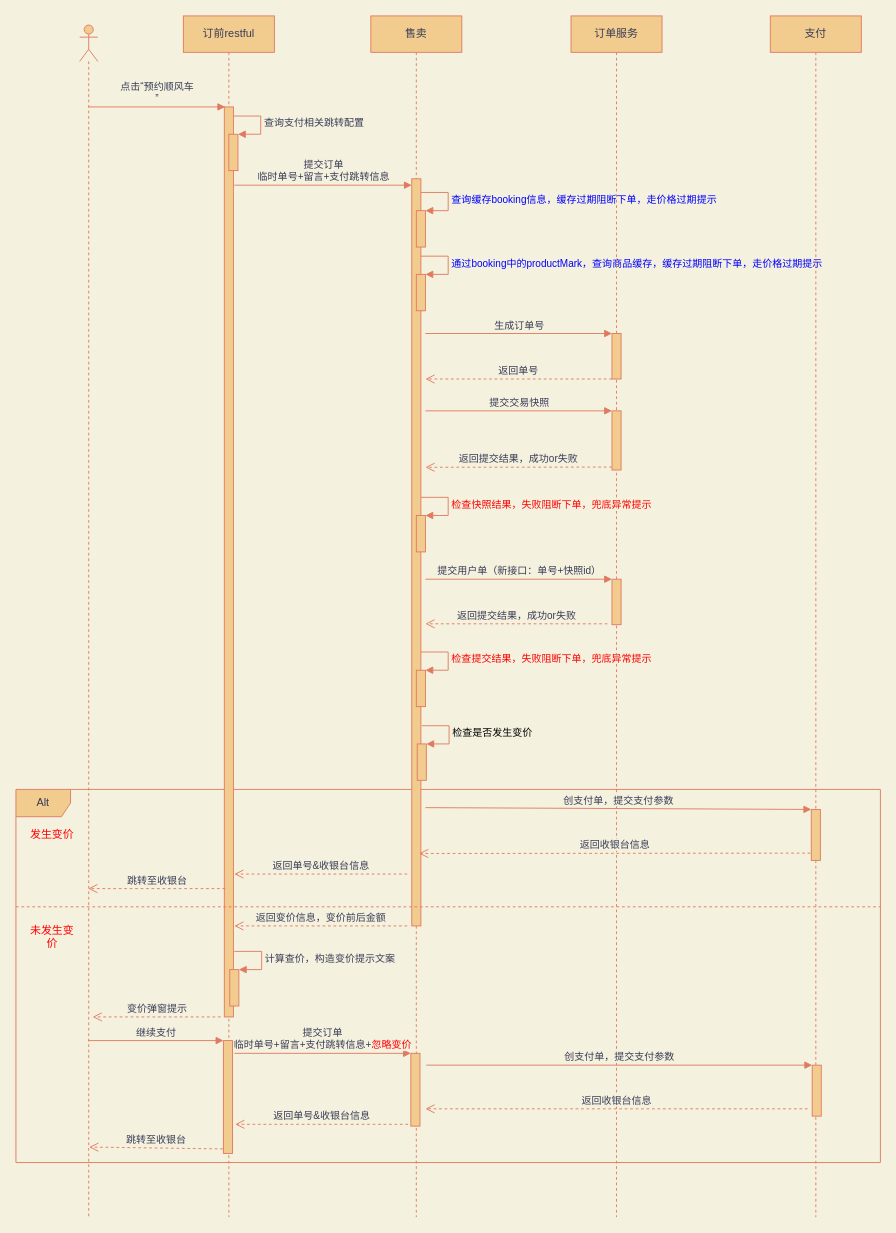
Veraxia/diagrams keeps this draw.io diagram as 顺风车下单时序图.drawio. Above is the earlier version. Source tidied: cells renumbered, new cells numbered last; positions are measured from the earlier drawing's top-left corner, leaving out a move shared by most shapes. Both pictures are drawn from the tidied source at 91%, with x=0, y=0 at pixel (15, 15).
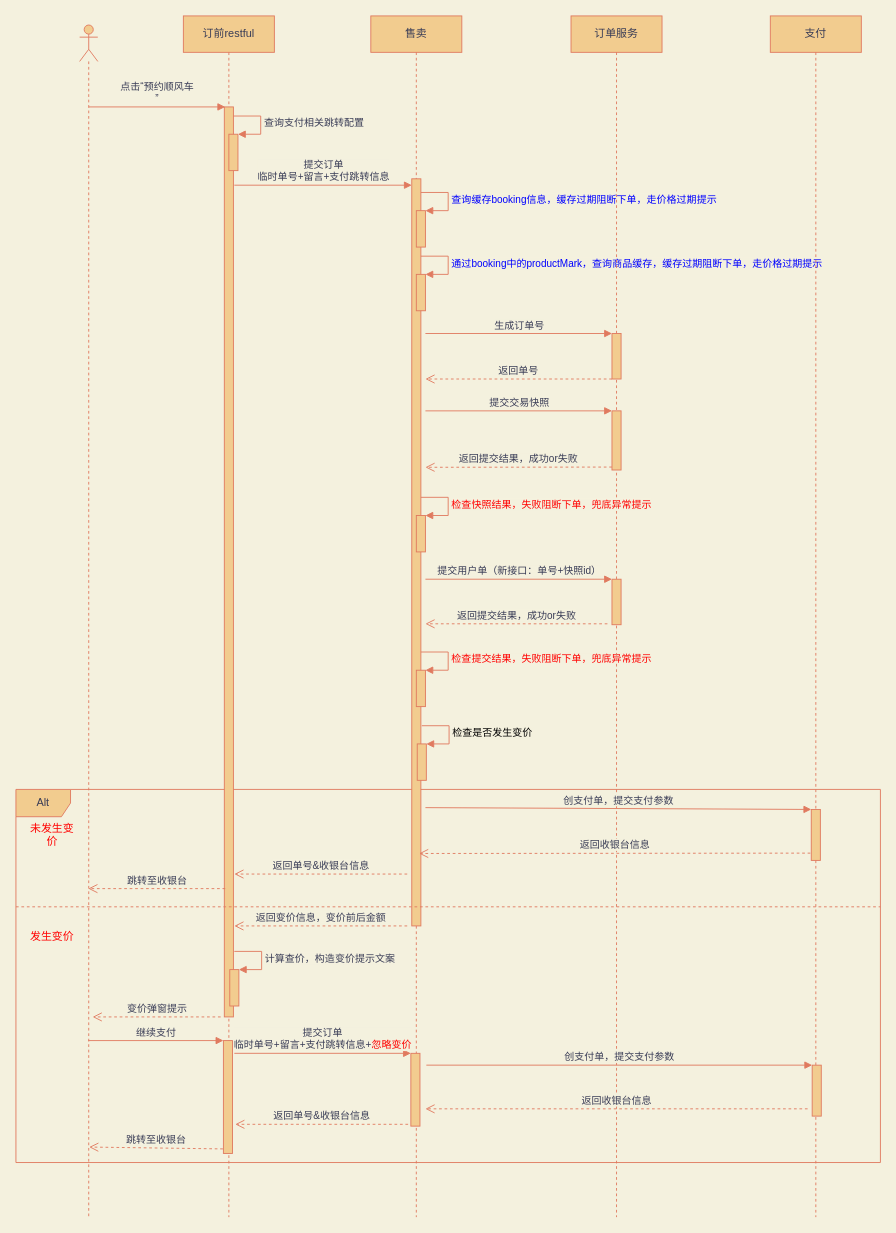
After the change.

Commit message:
更新顺风车下单时序图.drawio

What changed in the source:
```diff
@@
-    <mxCell id="52" value="发生变价" style="text;html=1;strokeColor=none;fillColor=none;align=center;verticalAlign=middle;whiteSpace=wrap;rounded=0;dashed=1;fontColor=#FF0000;" parent="1" vertex="1">
+    <mxCell id="52" value="未发生变价" style="text;html=1;strokeColor=none;fillColor=none;align=center;verticalAlign=middle;whiteSpace=wrap;rounded=0;dashed=1;fontColor=#FF0000;" parent="1" vertex="1">
       <mxGeometry x="10" y="885" width="60" height="30" as="geometry" />
     </mxCell>
-    <mxCell id="53" value="未发生变价" style="text;html=1;strokeColor=none;fillColor=none;align=center;verticalAlign=middle;whiteSpace=wrap;rounded=0;dashed=1;fontColor=#FF0000;" parent="1" vertex="1">
+    <mxCell id="53" value="发生变价" style="text;html=1;strokeColor=none;fillColor=none;align=center;verticalAlign=middle;whiteSpace=wrap;rounded=0;dashed=1;fontColor=#FF0000;" parent="1" vertex="1">
       <mxGeometry x="10" y="997" width="60" height="30" as="geometry" />
     </mxCell>
```
